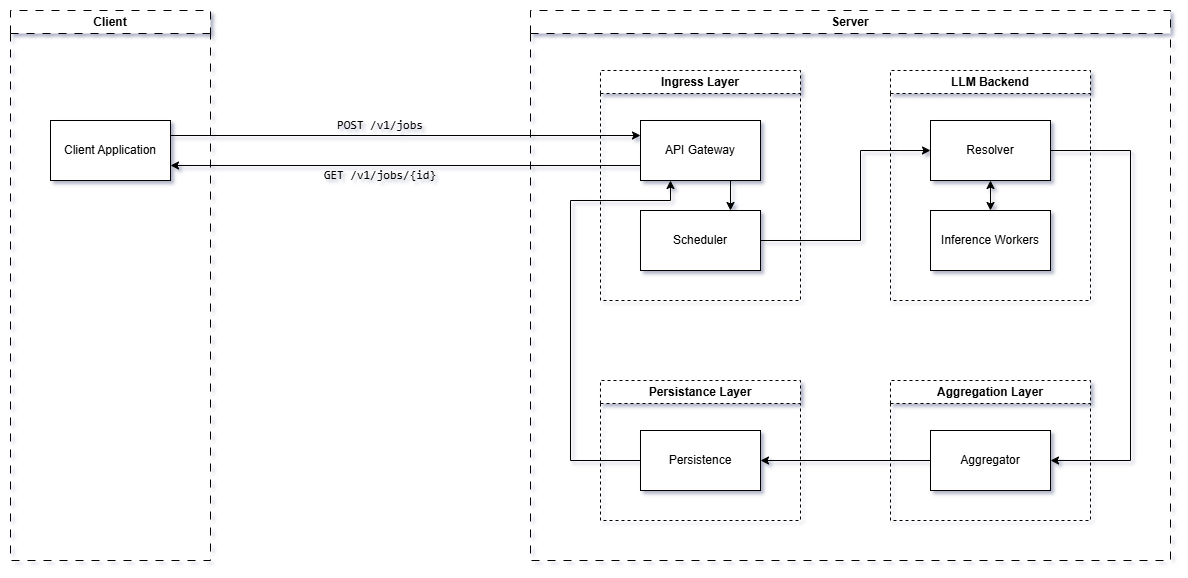
Before: docs/architecture.png, a diagram exported from draw.io (valentinpatrascu/LLMux). Source tidied: cells renumbered, new cells last; positions are measured from the earlier drawing's top-left corner, leaving out a move shared by most shapes. Its diagram source:
```xml
<mxGraphModel>
  <root>
    <mxCell id="0" />
    <mxCell id="1" parent="0" />
    <mxCell id="2" style="edgeStyle=orthogonalEdgeStyle;rounded=0;jettySize=auto;html=1;entryX=0;entryY=0.75;entryDx=0;entryDy=0;exitX=1;exitY=0.75;exitDx=0;exitDy=0;startArrow=classic;startFill=1;endArrow=none;endFill=0;" parent="1" edge="1" source="15" target="6">
      <mxGeometry relative="1" as="geometry" />
    </mxCell>
    <mxCell id="3" value="Ingress Layer" style="swimlane;whiteSpace=wrap;html=1;strokeColor=default;dashed=1;startSize=23;" parent="1" vertex="1">
      <mxGeometry x="590" y="60" width="200" height="230" as="geometry" />
    </mxCell>
    <mxCell id="4" value="Scheduler" style="whiteSpace=wrap;html=1;" parent="3" vertex="1">
      <mxGeometry x="40" y="140" width="120" height="60" as="geometry" />
    </mxCell>
    <mxCell id="5" style="edgeStyle=orthogonalEdgeStyle;rounded=0;jettySize=auto;html=1;exitX=0.75;exitY=1;exitDx=0;exitDy=0;entryX=0.75;entryY=0;entryDx=0;entryDy=0;" parent="3" edge="1" source="6" target="4">
      <mxGeometry relative="1" as="geometry" />
    </mxCell>
    <mxCell id="6" value="API Gateway" style="whiteSpace=wrap;html=1;" parent="3" vertex="1">
      <mxGeometry x="40" y="50" width="120" height="60" as="geometry" />
    </mxCell>
    <mxCell id="7" value="LLM Backend" style="swimlane;whiteSpace=wrap;html=1;strokeColor=default;dashed=1;" parent="1" vertex="1">
      <mxGeometry x="880" y="60" width="200" height="230" as="geometry" />
    </mxCell>
    <mxCell id="8" value="Resolver" style="whiteSpace=wrap;html=1;" parent="7" vertex="1">
      <mxGeometry x="40" y="50" width="120" height="60" as="geometry" />
    </mxCell>
    <mxCell id="9" value="Aggregation Layer" style="swimlane;whiteSpace=wrap;html=1;strokeColor=default;dashed=1;" parent="1" vertex="1">
      <mxGeometry x="880" y="370" width="200" height="140" as="geometry" />
    </mxCell>
    <mxCell id="10" value="Persistance Layer" style="swimlane;whiteSpace=wrap;html=1;strokeColor=default;dashed=1;" parent="1" vertex="1">
      <mxGeometry x="590" y="370" width="200" height="140" as="geometry" />
    </mxCell>
    <mxCell id="11" value="Persistence " style="whiteSpace=wrap;html=1;" parent="10" vertex="1">
      <mxGeometry x="40" y="50" width="120" height="60" as="geometry" />
    </mxCell>
    <mxCell id="12" style="edgeStyle=orthogonalEdgeStyle;rounded=0;jettySize=auto;html=1;entryX=0.25;entryY=1;entryDx=0;entryDy=0;exitX=0;exitY=0.5;exitDx=0;exitDy=0;" parent="1" edge="1" source="11" target="6">
      <mxGeometry relative="1" as="geometry">
        <Array as="points">
          <mxPoint x="560" y="450" />
          <mxPoint x="560" y="190" />
          <mxPoint x="660" y="190" />
        </Array>
      </mxGeometry>
    </mxCell>
    <mxCell id="13" style="edgeStyle=orthogonalEdgeStyle;rounded=0;jettySize=auto;html=1;entryX=0;entryY=0.5;entryDx=0;entryDy=0;" parent="1" edge="1" source="4" target="8">
      <mxGeometry relative="1" as="geometry">
        <Array as="points">
          <mxPoint x="850" y="230" />
          <mxPoint x="850" y="140" />
        </Array>
      </mxGeometry>
    </mxCell>
    <mxCell id="14" value="Client" style="swimlane;whiteSpace=wrap;html=1;dashed=1;dashPattern=8 8;" parent="1" vertex="1">
      <mxGeometry width="200" height="550" as="geometry" />
    </mxCell>
    <mxCell id="15" value="Client Application" style="rounded=0;whiteSpace=wrap;html=1;" parent="14" vertex="1">
      <mxGeometry x="40" y="110" width="120" height="60" as="geometry" />
    </mxCell>
    <mxCell id="16" value="Server" style="swimlane;whiteSpace=wrap;html=1;dashed=1;dashPattern=8 8;startSize=23;" parent="1" vertex="1">
      <mxGeometry x="520" width="640" height="550" as="geometry" />
    </mxCell>
    <mxCell id="17" value="Inference Workers" style="whiteSpace=wrap;html=1;" parent="16" vertex="1">
      <mxGeometry x="400" y="200" width="120" height="60" as="geometry" />
    </mxCell>
    <mxCell id="18" value="Aggregator" style="whiteSpace=wrap;html=1;" parent="16" vertex="1">
      <mxGeometry x="400" y="420" width="120" height="60" as="geometry" />
    </mxCell>
    <mxCell id="19" style="edgeStyle=orthogonalEdgeStyle;rounded=0;jettySize=auto;html=1;exitX=0;exitY=0.25;exitDx=0;exitDy=0;entryX=1;entryY=0.25;entryDx=0;entryDy=0;strokeColor=default;startArrow=classic;startFill=1;endArrow=none;endFill=0;" parent="1" edge="1" source="6" target="15">
      <mxGeometry relative="1" as="geometry" />
    </mxCell>
    <mxCell id="20" value="&lt;code class=&quot;bg-text-200/5 border border-0.5 border-border-300 text-danger-000 whitespace-pre-wrap rounded-[0.4rem] px-1 py-px text-[0.9rem]&quot;&gt;POST /v1/jobs&lt;/code&gt;" style="text;html=1;whiteSpace=wrap;strokeColor=none;fillColor=none;align=center;verticalAlign=middle;rounded=0;" parent="1" vertex="1">
      <mxGeometry x="270" y="100" width="200" height="30" as="geometry" />
    </mxCell>
    <mxCell id="21" value="&lt;font face=&quot;monospace&quot;&gt;GET /v1/jobs/{id}&lt;/font&gt;" style="text;html=1;whiteSpace=wrap;strokeColor=none;fillColor=none;align=center;verticalAlign=middle;rounded=0;" parent="1" vertex="1">
      <mxGeometry x="290" y="150" width="160" height="30" as="geometry" />
    </mxCell>
    <mxCell id="22" style="edgeStyle=orthogonalEdgeStyle;rounded=0;jettySize=auto;html=1;entryX=1;entryY=0.5;entryDx=0;entryDy=0;" parent="1" edge="1" source="8" target="18">
      <mxGeometry relative="1" as="geometry">
        <Array as="points">
          <mxPoint x="1120" y="140" />
          <mxPoint x="1120" y="450.1" />
        </Array>
      </mxGeometry>
    </mxCell>
    <mxCell id="23" style="edgeStyle=orthogonalEdgeStyle;rounded=0;jettySize=auto;html=1;entryX=1;entryY=0.5;entryDx=0;entryDy=0;" parent="1" edge="1" source="18" target="11">
      <mxGeometry relative="1" as="geometry" />
    </mxCell>
    <mxCell id="24" style="edgeStyle=orthogonalEdgeStyle;rounded=0;jettySize=auto;html=1;exitX=0.5;exitY=1;exitDx=0;exitDy=0;entryX=0.5;entryY=0;entryDx=0;entryDy=0;startArrow=classic;startFill=1;" parent="1" edge="1" source="8" target="17">
      <mxGeometry relative="1" as="geometry" />
    </mxCell>
  </root>
</mxGraphModel>
```
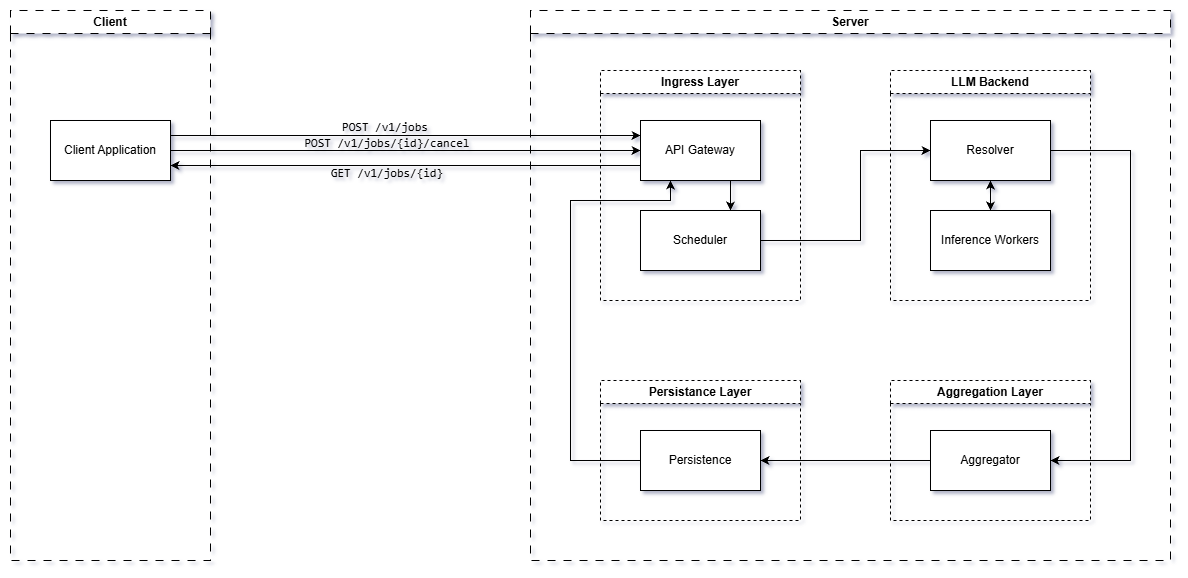
The same diagram one commit later.

Commit message:
Update architecture diagram

What changed in the source:
```diff
@@ -68,10 +68,10 @@
       <mxGeometry relative="1" as="geometry" />
     </mxCell>
     <mxCell id="20" value="&lt;code class=&quot;bg-text-200/5 border border-0.5 border-border-300 text-danger-000 whitespace-pre-wrap rounded-[0.4rem] px-1 py-px text-[0.9rem]&quot;&gt;POST /v1/jobs&lt;/code&gt;" style="text;html=1;whiteSpace=wrap;strokeColor=none;fillColor=none;align=center;verticalAlign=middle;rounded=0;" parent="1" vertex="1">
-      <mxGeometry x="270" y="100" width="200" height="30" as="geometry" />
+      <mxGeometry x="275" y="102" width="200" height="30" as="geometry" />
     </mxCell>
     <mxCell id="21" value="&lt;font face=&quot;monospace&quot;&gt;GET /v1/jobs/{id}&lt;/font&gt;" style="text;html=1;whiteSpace=wrap;strokeColor=none;fillColor=none;align=center;verticalAlign=middle;rounded=0;" parent="1" vertex="1">
-      <mxGeometry x="290" y="150" width="160" height="30" as="geometry" />
+      <mxGeometry x="297" y="148" width="160" height="30" as="geometry" />
     </mxCell>
     <mxCell id="22" style="edgeStyle=orthogonalEdgeStyle;rounded=0;jettySize=auto;html=1;entryX=1;entryY=0.5;entryDx=0;entryDy=0;" parent="1" edge="1" source="8" target="18">
       <mxGeometry relative="1" as="geometry">
@@ -87,5 +87,13 @@
     <mxCell id="24" style="edgeStyle=orthogonalEdgeStyle;rounded=0;jettySize=auto;html=1;exitX=0.5;exitY=1;exitDx=0;exitDy=0;entryX=0.5;entryY=0;entryDx=0;entryDy=0;startArrow=classic;startFill=1;" parent="1" edge="1" source="8" target="17">
       <mxGeometry relative="1" as="geometry" />
     </mxCell>
+    <mxCell id="25" style="edgeStyle=orthogonalEdgeStyle;rounded=0;jettySize=auto;html=1;entryX=1;entryY=0.5;entryDx=0;entryDy=0;strokeColor=default;startArrow=classic;startFill=1;endArrow=none;endFill=0;" parent="1" edge="1" target="15">
+      <mxGeometry relative="1" as="geometry">
+        <mxPoint x="630" y="140" as="sourcePoint" />
+      </mxGeometry>
+    </mxCell>
+    <mxCell id="26" value="&lt;code class=&quot;bg-text-200/5 border border-0.5 border-border-300 text-danger-000 whitespace-pre-wrap rounded-[0.4rem] px-1 py-px text-[0.9rem]&quot;&gt;POST&amp;nbsp;&lt;/code&gt;&lt;span style=&quot;font-family: monospace;&quot;&gt;/v1/jobs/{id}/cancel&lt;/span&gt;" style="text;html=1;whiteSpace=wrap;strokeColor=none;fillColor=none;align=center;verticalAlign=middle;rounded=0;" parent="1" vertex="1">
+      <mxGeometry x="277" y="118" width="200" height="30" as="geometry" />
+    </mxCell>
   </root>
 </mxGraphModel>
```
